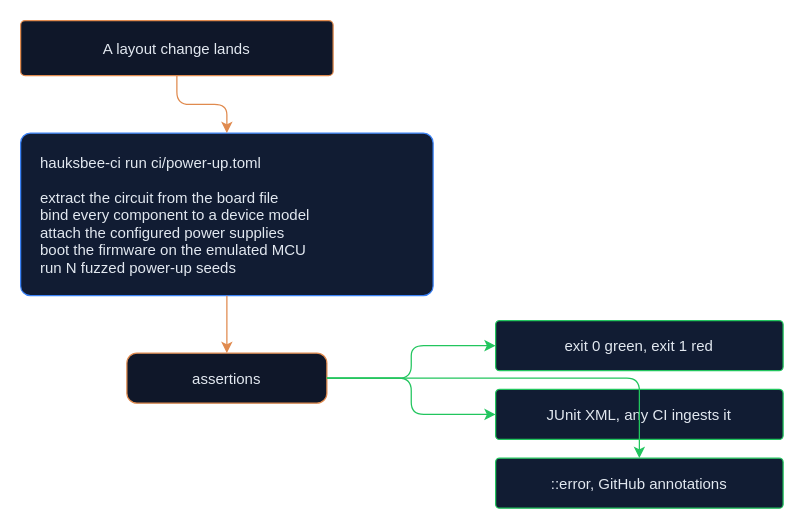
hauksbee-dev/hauksbee keeps this draw.io diagram as docs/assets/diagrams/ci-model.drawio. Above is the earlier version. Source tidied: cells renumbered, new cells numbered last; positions are measured from the earlier drawing's top-left corner, leaving out a move shared by most shapes. Both pictures are drawn from the tidied source at 125%, with x=0, y=0 at pixel (20, 20).
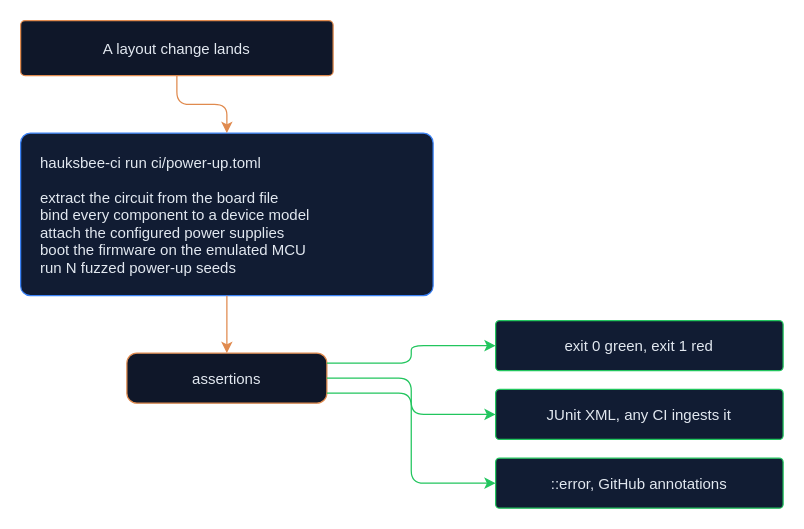
Above is the later version.

Commit message (it also covers changes not shown here):
diagrams: unstack the ci-model fan-out

The third output edge routed straight through the JUnit box. The three edges
now leave the assertions pill at staggered heights and enter each output on
its left face, so every lane is clear. Found by inspecting the other diagram
that predates the review rounds rather than waiting for a reader to hit it.

Change to the diagram source:
```diff
@@
 <mxGraphModel>
   <root>
     <mxCell id="0" />
     <mxCell id="1" parent="0" />
     <mxCell id="2" value="A layout change lands" style="rounded=1;arcSize=8;fillColor=#0f1729;strokeColor=#e08a4e;fontColor=#e2e8f0;fontSize=12;" parent="1" vertex="1">
       <mxGeometry width="250" height="44" as="geometry" />
     </mxCell>
     <mxCell id="3" value="hauksbee-ci run ci/power-up.toml&#10;&#10;extract the circuit from the board file&#10;bind every component to a device model&#10;attach the configured power supplies&#10;boot the firmware on the emulated MCU&#10;run N fuzzed power-up seeds" style="rounded=1;arcSize=6;fillColor=#111c33;strokeColor=#3b82f6;fontColor=#e2e8f0;fontSize=12;align=left;spacingLeft=14;verticalAlign=middle;" parent="1" vertex="1">
       <mxGeometry y="90" width="330" height="130" as="geometry" />
     </mxCell>
     <mxCell id="4" value="assertions" style="rounded=1;arcSize=20;fillColor=#0f1729;strokeColor=#e08a4e;fontColor=#e2e8f0;fontSize=12;" parent="1" vertex="1">
       <mxGeometry x="85" y="266" width="160" height="40" as="geometry" />
     </mxCell>
     <mxCell id="5" value="exit 0 green, exit 1 red" style="rounded=1;arcSize=8;fillColor=#111c33;strokeColor=#22c55e;fontColor=#e2e8f0;fontSize=12;" parent="1" vertex="1">
       <mxGeometry x="380" y="240" width="230" height="40" as="geometry" />
     </mxCell>
     <mxCell id="6" value="JUnit XML, any CI ingests it" style="rounded=1;arcSize=8;fillColor=#111c33;strokeColor=#22c55e;fontColor=#e2e8f0;fontSize=12;" parent="1" vertex="1">
       <mxGeometry x="380" y="295" width="230" height="40" as="geometry" />
     </mxCell>
     <mxCell id="7" value="::error, GitHub annotations" style="rounded=1;arcSize=8;fillColor=#111c33;strokeColor=#22c55e;fontColor=#e2e8f0;fontSize=12;" parent="1" vertex="1">
       <mxGeometry x="380" y="350" width="230" height="40" as="geometry" />
     </mxCell>
     <mxCell id="8" style="edgeStyle=orthogonalEdgeStyle;rounded=1;strokeColor=#e08a4e;" parent="1" edge="1" source="2" target="3">
       <mxGeometry relative="1" as="geometry" />
     </mxCell>
     <mxCell id="9" style="edgeStyle=orthogonalEdgeStyle;rounded=1;strokeColor=#e08a4e;" parent="1" edge="1" source="3" target="4">
       <mxGeometry relative="1" as="geometry" />
     </mxCell>
-    <mxCell id="10" style="edgeStyle=orthogonalEdgeStyle;rounded=1;strokeColor=#22c55e;" parent="1" edge="1" source="4" target="5">
+    <mxCell id="10" style="edgeStyle=orthogonalEdgeStyle;rounded=1;strokeColor=#22c55e;exitX=1;exitY=0.2;entryX=0;entryY=0.5;" parent="1" edge="1" source="4" target="5">
       <mxGeometry relative="1" as="geometry" />
     </mxCell>
-    <mxCell id="11" style="edgeStyle=orthogonalEdgeStyle;rounded=1;strokeColor=#22c55e;" parent="1" edge="1" source="4" target="6">
+    <mxCell id="11" style="edgeStyle=orthogonalEdgeStyle;rounded=1;strokeColor=#22c55e;exitX=1;exitY=0.5;entryX=0;entryY=0.5;" parent="1" edge="1" source="4" target="6">
       <mxGeometry relative="1" as="geometry" />
     </mxCell>
-    <mxCell id="12" style="edgeStyle=orthogonalEdgeStyle;rounded=1;strokeColor=#22c55e;" parent="1" edge="1" source="4" target="7">
+    <mxCell id="12" style="edgeStyle=orthogonalEdgeStyle;rounded=1;strokeColor=#22c55e;exitX=1;exitY=0.8;entryX=0;entryY=0.5;" parent="1" edge="1" source="4" target="7">
       <mxGeometry relative="1" as="geometry" />
     </mxCell>
   </root>
 </mxGraphModel>
```
